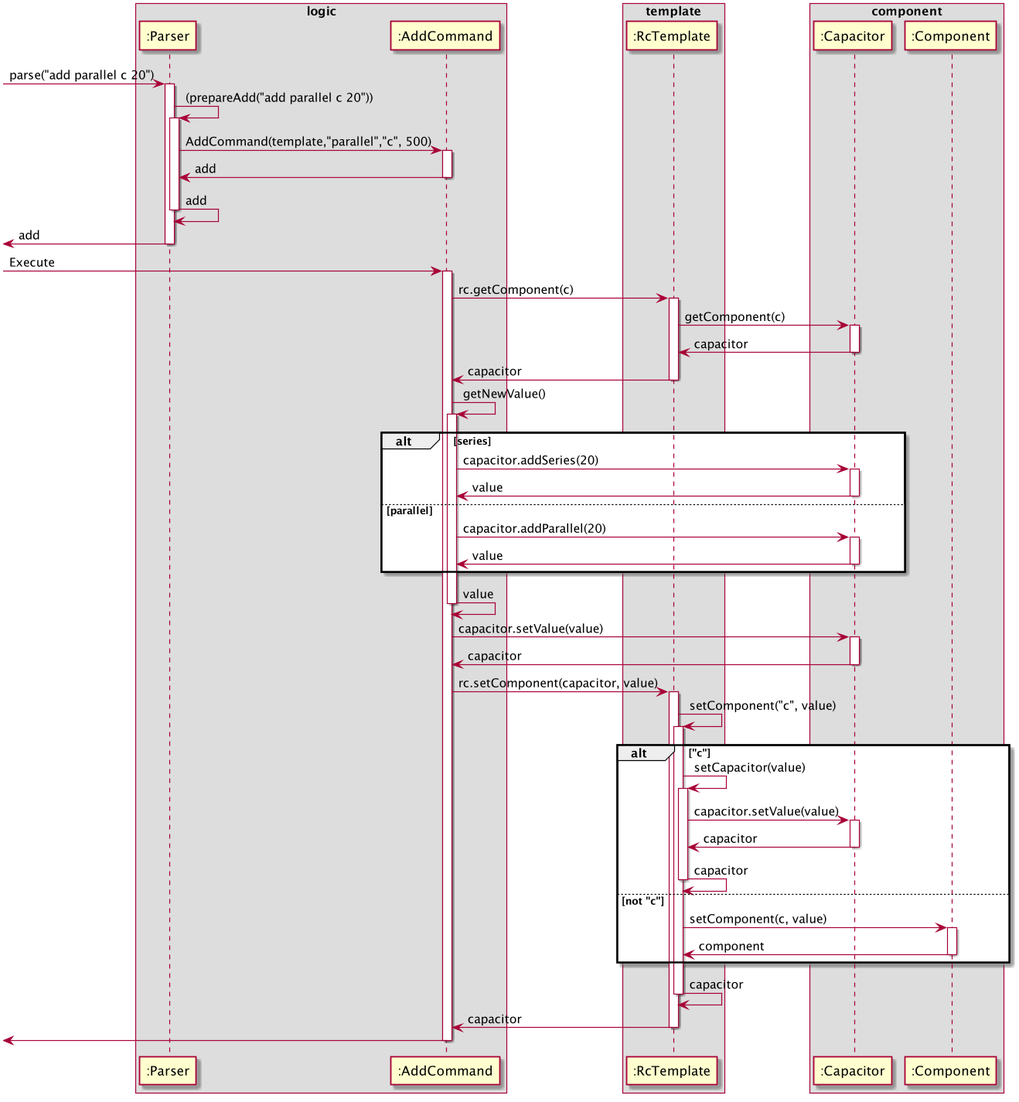
Before: docs/diagrams/AddSequenceDiagram.png, a diagram exported from PlantUML (sevenseasofbri/tp).
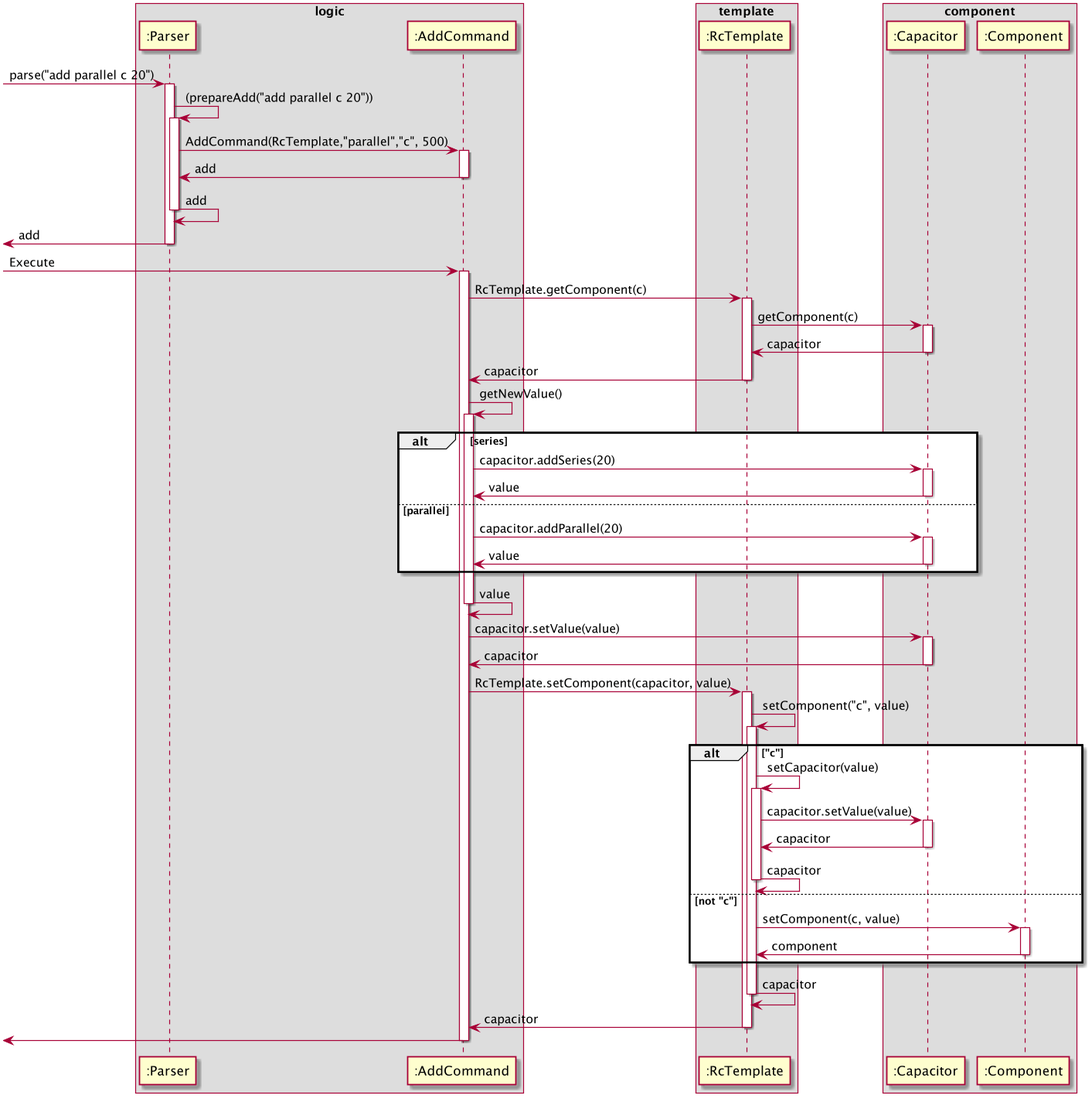
After the change.

Diff of the diagram source:
```diff
@@ -20,7 +20,7 @@
 Parser -> Parser : (prepareAdd("add parallel c 20"))
 activate Parser
 
-Parser -> AddCommand : AddCommand(template,"parallel","c", 500)
+Parser -> AddCommand : AddCommand(RcTemplate,"parallel","c", 500)
 activate AddCommand
 
 Parser <- AddCommand : add
@@ -35,7 +35,7 @@
 [-> AddCommand: Execute
 activate AddCommand
 
-AddCommand -> RcTemplate : rc.getComponent(c)
+AddCommand -> RcTemplate : RcTemplate.getComponent(c)
 activate RcTemplate
 
 RcTemplate -> Capacitor : getComponent(c)
@@ -74,7 +74,7 @@
 AddCommand <- Capacitor : capacitor
 deactivate Capacitor
 
-AddCommand -> RcTemplate: rc.setComponent(capacitor, value)
+AddCommand -> RcTemplate: RcTemplate.setComponent(capacitor, value)
 activate RcTemplate
 
 RcTemplate -> RcTemplate: setComponent("c", value)
```
